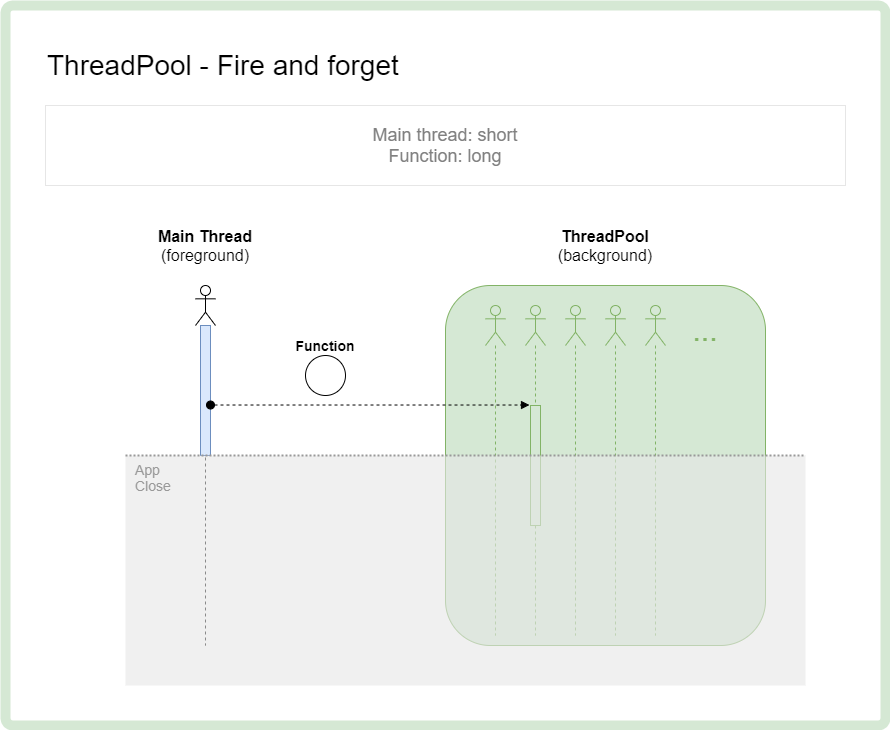
Above: doc/diagrams/06 - thread-pool-02.drawio.png in CSharp-Pills-15mg/Parallel-Evolution (draw.io), before the change. Source tidied: cells renumbered, new cells last; positions are measured from the earlier drawing's top-left corner, leaving out a move shared by most shapes. Source of this version:
```xml
<mxGraphModel>
  <root>
    <mxCell id="0" />
    <mxCell id="1" parent="0" />
    <mxCell id="2" style="rounded=1;whiteSpace=wrap;html=1;arcSize=1;strokeWidth=10;strokeColor=#D5E8D4;" parent="1" vertex="1">
      <mxGeometry width="880" height="720" as="geometry" />
    </mxCell>
    <mxCell id="3" style="shape=umlLifeline;participant=umlActor;perimeter=lifelinePerimeter;whiteSpace=wrap;html=1;verticalAlign=top;spacingTop=36;fontSize=18;align=left;" parent="1" vertex="1">
      <mxGeometry x="190" y="280" width="20" height="360" as="geometry" />
    </mxCell>
    <mxCell id="4" style="html=1;points=[];perimeter=orthogonalPerimeter;fontSize=18;align=left;fillColor=#dae8fc;strokeColor=#6c8ebf;" parent="3" vertex="1">
      <mxGeometry x="5" y="40" width="10" height="130" as="geometry" />
    </mxCell>
    <mxCell id="5" value="&lt;b style=&quot;font-size: 16px;&quot;&gt;Main Thread&lt;/b&gt;&lt;br style=&quot;font-size: 16px;&quot;&gt;(foreground)" style="text;html=1;strokeColor=none;fillColor=none;align=center;verticalAlign=middle;whiteSpace=wrap;rounded=0;fontSize=16;" parent="1" vertex="1">
      <mxGeometry x="140" y="230" width="120" height="20" as="geometry" />
    </mxCell>
    <mxCell id="6" value="Main thread: short&lt;br&gt;Function: long" style="text;html=1;fillColor=none;align=center;verticalAlign=middle;whiteSpace=wrap;rounded=0;fontSize=18;fontColor=#808080;strokeColor=#E6E6E6;" parent="1" vertex="1">
      <mxGeometry x="40" y="100" width="800" height="80" as="geometry" />
    </mxCell>
    <mxCell id="7" value="ThreadPool - Fire and forget" style="text;html=1;strokeColor=none;fillColor=none;align=left;verticalAlign=middle;whiteSpace=wrap;rounded=0;fontSize=28;" parent="1" vertex="1">
      <mxGeometry x="40" y="40" width="600" height="40" as="geometry" />
    </mxCell>
    <mxCell id="8" value="&lt;b&gt;Function&lt;/b&gt;" style="text;html=1;strokeColor=none;fillColor=none;align=center;verticalAlign=middle;whiteSpace=wrap;rounded=0;fontSize=14;" parent="1" vertex="1">
      <mxGeometry x="280" y="330" width="80" height="20" as="geometry" />
    </mxCell>
    <mxCell id="9" style="ellipse;whiteSpace=wrap;html=1;" parent="1" vertex="1">
      <mxGeometry x="300" y="350" width="40" height="40" as="geometry" />
    </mxCell>
    <mxCell id="10" style="rounded=1;whiteSpace=wrap;html=1;fillColor=#d5e8d4;strokeColor=#82b366;arcSize=14;" parent="1" vertex="1">
      <mxGeometry x="440" y="280" width="320" height="360" as="geometry" />
    </mxCell>
    <mxCell id="11" style="shape=umlLifeline;participant=umlActor;perimeter=lifelinePerimeter;whiteSpace=wrap;html=1;verticalAlign=top;spacingTop=36;fontSize=18;align=left;fillColor=#d5e8d4;strokeColor=#82b366;" parent="10" vertex="1">
      <mxGeometry x="40" y="20" width="20" height="330" as="geometry" />
    </mxCell>
    <mxCell id="12" style="shape=umlLifeline;participant=umlActor;perimeter=lifelinePerimeter;whiteSpace=wrap;html=1;verticalAlign=top;spacingTop=36;fontSize=18;align=left;fillColor=#d5e8d4;strokeColor=#82b366;" parent="10" vertex="1">
      <mxGeometry x="80" y="20" width="20" height="330" as="geometry" />
    </mxCell>
    <mxCell id="13" style="html=1;points=[];perimeter=orthogonalPerimeter;fontSize=18;align=left;fillColor=#d5e8d4;strokeColor=#82b366;" parent="12" vertex="1">
      <mxGeometry x="5" y="100" width="10" height="120" as="geometry" />
    </mxCell>
    <mxCell id="14" style="shape=umlLifeline;participant=umlActor;perimeter=lifelinePerimeter;whiteSpace=wrap;html=1;verticalAlign=top;spacingTop=36;fontSize=18;align=left;fillColor=#d5e8d4;strokeColor=#82b366;" parent="10" vertex="1">
      <mxGeometry x="120" y="20" width="20" height="330" as="geometry" />
    </mxCell>
    <mxCell id="15" style="shape=umlLifeline;participant=umlActor;perimeter=lifelinePerimeter;whiteSpace=wrap;html=1;verticalAlign=top;spacingTop=36;fontSize=18;align=left;fillColor=#d5e8d4;strokeColor=#82b366;" parent="10" vertex="1">
      <mxGeometry x="160" y="20" width="20" height="330" as="geometry" />
    </mxCell>
    <mxCell id="16" style="shape=umlLifeline;participant=umlActor;perimeter=lifelinePerimeter;whiteSpace=wrap;html=1;verticalAlign=top;spacingTop=36;fontSize=18;align=left;fillColor=#d5e8d4;strokeColor=#82b366;" parent="10" vertex="1">
      <mxGeometry x="200" y="20" width="20" height="330" as="geometry" />
    </mxCell>
    <mxCell id="17" value="..." style="text;html=1;align=center;verticalAlign=middle;whiteSpace=wrap;rounded=0;opacity=60;fontColor=#82B366;fontSize=30;" parent="10" vertex="1">
      <mxGeometry x="240" y="30" width="40" height="30" as="geometry" />
    </mxCell>
    <mxCell id="18" style="html=1;verticalAlign=bottom;startArrow=oval;endArrow=block;startSize=8;fontSize=14;dashed=1;entryX=-0.1;entryY=-0.004;entryDx=0;entryDy=0;entryPerimeter=0;" parent="1" edge="1" source="4" target="13">
      <mxGeometry relative="1" as="geometry" />
    </mxCell>
    <mxCell id="19" value="App&lt;br&gt;Close" style="rounded=0;whiteSpace=wrap;html=1;fontSize=14;align=left;strokeColor=none;fillColor=#E6E6E6;opacity=60;fontColor=#999999;verticalAlign=top;spacingLeft=8;" parent="1" vertex="1">
      <mxGeometry x="120" y="450" width="680" height="230" as="geometry" />
    </mxCell>
    <mxCell id="20" style="endArrow=none;dashed=1;html=1;dashPattern=1 1;strokeWidth=2;fontSize=14;strokeColor=#999999;entryX=1;entryY=0;entryDx=0;entryDy=0;exitX=0;exitY=0;exitDx=0;exitDy=0;" parent="1" edge="1" source="19" target="19">
      <mxGeometry relative="1" as="geometry" />
    </mxCell>
    <mxCell id="21" value="&lt;span style=&quot;font-size: 16px&quot;&gt;ThreadPool&lt;br&gt;&lt;span style=&quot;font-weight: normal&quot;&gt;(background)&lt;/span&gt;&lt;br&gt;&lt;/span&gt;" style="text;html=1;strokeColor=none;fillColor=none;align=center;verticalAlign=middle;whiteSpace=wrap;rounded=0;fontSize=16;fontStyle=1;" parent="1" vertex="1">
      <mxGeometry x="560" y="230" width="80" height="20" as="geometry" />
    </mxCell>
  </root>
</mxGraphModel>
```
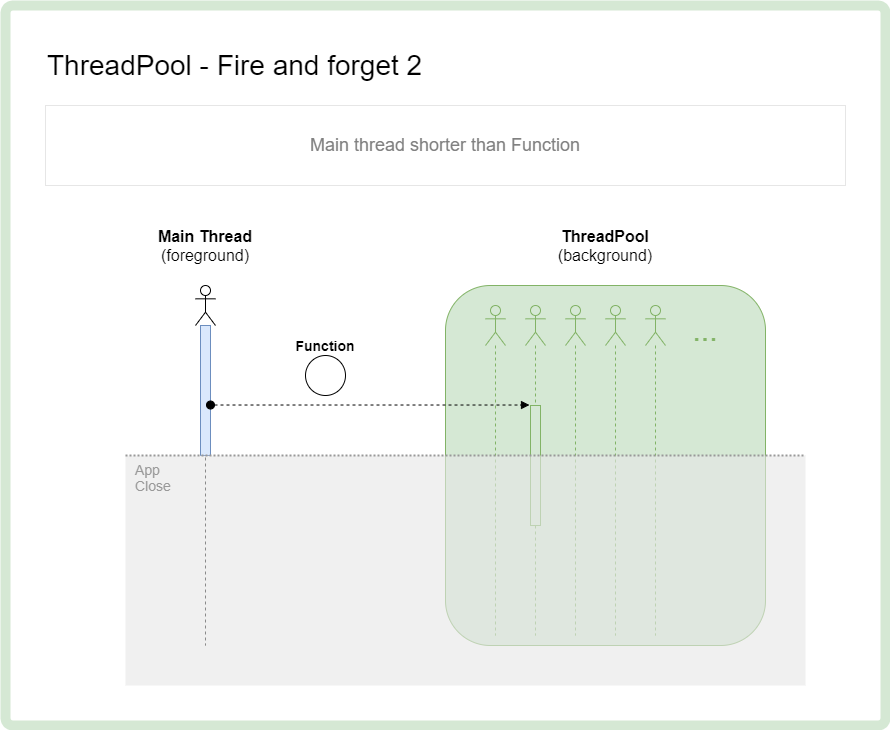
Later version of the same file.

What changed in the source:
```diff
@@ -14,10 +14,10 @@
     <mxCell id="5" value="&lt;b style=&quot;font-size: 16px;&quot;&gt;Main Thread&lt;/b&gt;&lt;br style=&quot;font-size: 16px;&quot;&gt;(foreground)" style="text;html=1;strokeColor=none;fillColor=none;align=center;verticalAlign=middle;whiteSpace=wrap;rounded=0;fontSize=16;" parent="1" vertex="1">
       <mxGeometry x="140" y="230" width="120" height="20" as="geometry" />
     </mxCell>
-    <mxCell id="6" value="Main thread: short&lt;br&gt;Function: long" style="text;html=1;fillColor=none;align=center;verticalAlign=middle;whiteSpace=wrap;rounded=0;fontSize=18;fontColor=#808080;strokeColor=#E6E6E6;" parent="1" vertex="1">
+    <mxCell id="6" value="Main thread shorter than&amp;nbsp;Function" style="text;html=1;fillColor=none;align=center;verticalAlign=middle;whiteSpace=wrap;rounded=0;fontSize=18;fontColor=#808080;strokeColor=#E6E6E6;" parent="1" vertex="1">
       <mxGeometry x="40" y="100" width="800" height="80" as="geometry" />
     </mxCell>
-    <mxCell id="7" value="ThreadPool - Fire and forget" style="text;html=1;strokeColor=none;fillColor=none;align=left;verticalAlign=middle;whiteSpace=wrap;rounded=0;fontSize=28;" parent="1" vertex="1">
+    <mxCell id="7" value="ThreadPool - Fire and forget 2" style="text;html=1;strokeColor=none;fillColor=none;align=left;verticalAlign=middle;whiteSpace=wrap;rounded=0;fontSize=28;" parent="1" vertex="1">
       <mxGeometry x="40" y="40" width="600" height="40" as="geometry" />
     </mxCell>
     <mxCell id="8" value="&lt;b&gt;Function&lt;/b&gt;" style="text;html=1;strokeColor=none;fillColor=none;align=center;verticalAlign=middle;whiteSpace=wrap;rounded=0;fontSize=14;" parent="1" vertex="1">
```
